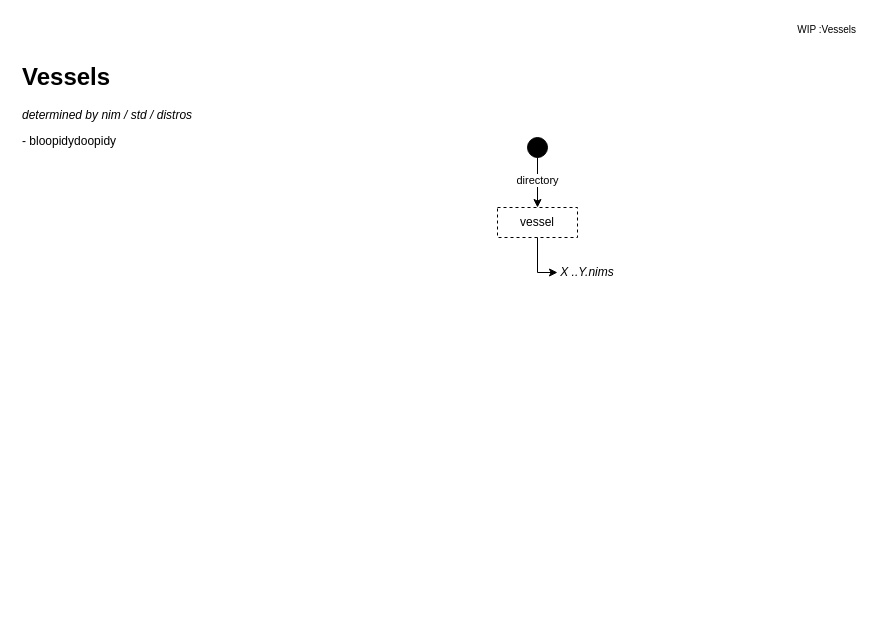
noahehall/boat keeps this draw.io diagram as page "vessels" (5 of 6) of ADRs/boat_adr.drawio. Above is the earlier version. Source tidied: cells renumbered, new cells numbered last; positions are measured from the earlier drawing's top-left corner, leaving out a move shared by most shapes. Both pictures are drawn from the tidied source at 100%, with x=0, y=0 at pixel (17, 17).
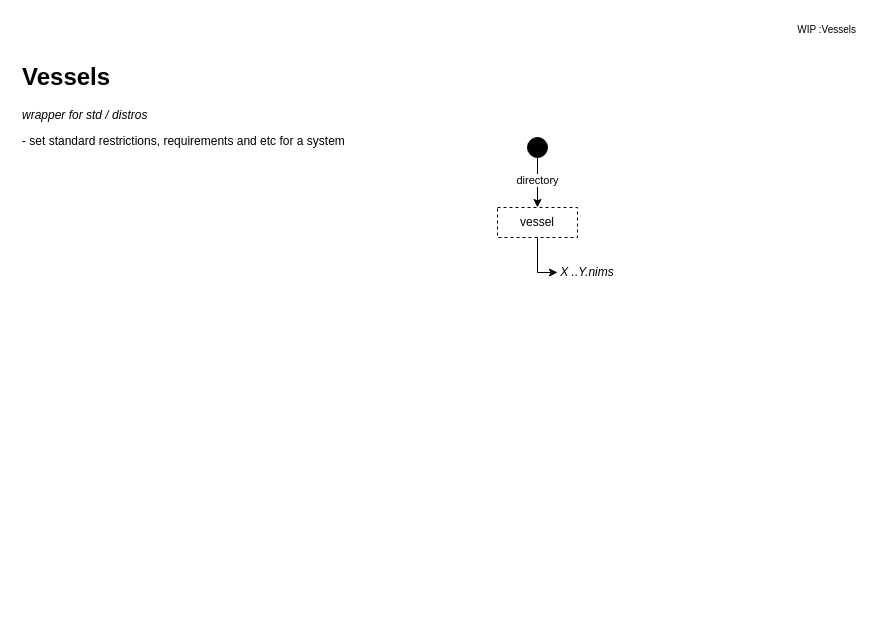
Above is the later version.

Change to the diagram source:
```diff
@@
 <mxGraphModel>
   <root>
     <mxCell id="0" />
     <mxCell id="1" parent="0" />
     <mxCell id="2" style="group;" parent="1" vertex="1">
       <mxGeometry x="480" y="120" width="120" height="150" as="geometry" />
     </mxCell>
     <mxCell id="3" style="ellipse;whiteSpace=wrap;html=1;labelBackgroundColor=#504949;fillColor=#000000;" parent="2" vertex="1">
       <mxGeometry x="30" width="20" height="20" as="geometry" />
     </mxCell>
     <mxCell id="4" value="vessel" style="text;html=1;strokeColor=default;fillColor=none;align=center;verticalAlign=middle;whiteSpace=wrap;rounded=0;dashed=1;" parent="2" vertex="1">
       <mxGeometry y="70" width="80" height="30" as="geometry" />
     </mxCell>
     <mxCell id="5" value="directory" style="edgeStyle=orthogonalEdgeStyle;rounded=0;jettySize=auto;html=1;strokeColor=default;spacingBottom=4;" parent="2" edge="1" source="3" target="4">
       <mxGeometry relative="1" as="geometry" />
     </mxCell>
     <mxCell id="6" value="X ..Y.nims" style="text;html=1;strokeColor=none;fillColor=none;align=center;verticalAlign=middle;whiteSpace=wrap;rounded=0;fontStyle=2;" parent="2" vertex="1">
       <mxGeometry x="60" y="120" width="60" height="30" as="geometry" />
     </mxCell>
     <mxCell id="7" style="edgeStyle=orthogonalEdgeStyle;rounded=0;jettySize=auto;html=1;entryX=0;entryY=0.5;entryDx=0;entryDy=0;strokeColor=default;" parent="2" edge="1" source="4" target="6">
       <mxGeometry relative="1" as="geometry" />
     </mxCell>
-    <mxCell id="8" value="&lt;h1&gt;Vessels&lt;/h1&gt;&lt;p style=&quot;border-color: var(--border-color);&quot;&gt;&lt;i&gt;determined by nim / std / distros&lt;/i&gt;&lt;/p&gt;&lt;p style=&quot;border-color: var(--border-color);&quot;&gt;&lt;span style=&quot;background-color: initial;&quot;&gt;- bloopidydoopidy&lt;/span&gt;&lt;br&gt;&lt;/p&gt;&lt;div&gt;&lt;br&gt;&lt;/div&gt;" style="text;html=1;strokeColor=none;fillColor=none;spacing=5;spacingTop=-20;whiteSpace=wrap;overflow=hidden;rounded=0;" parent="1" vertex="1">
+    <mxCell id="8" value="&lt;h1&gt;Vessels&lt;/h1&gt;&lt;p style=&quot;border-color: var(--border-color);&quot;&gt;&lt;i&gt;wrapper for std / distros&lt;/i&gt;&lt;/p&gt;&lt;p style=&quot;border-color: var(--border-color);&quot;&gt;&lt;span style=&quot;background-color: initial;&quot;&gt;- set standard restrictions, requirements and etc for a system&lt;/span&gt;&lt;br&gt;&lt;/p&gt;&lt;div&gt;&lt;br&gt;&lt;/div&gt;" style="text;html=1;strokeColor=none;fillColor=none;spacing=5;spacingTop=-20;whiteSpace=wrap;overflow=hidden;rounded=0;" parent="1" vertex="1">
       <mxGeometry y="40" width="480" height="550" as="geometry" />
     </mxCell>
     <mxCell id="9" value="&amp;nbsp; &amp;nbsp;WIP :Vessels" style="text;html=1;align=right;verticalAlign=top;strokeColor=none;fillColor=none;fontSize=10;" parent="1" vertex="1">
       <mxGeometry x="750" width="90" height="30" as="geometry" />
     </mxCell>
   </root>
 </mxGraphModel>
```
